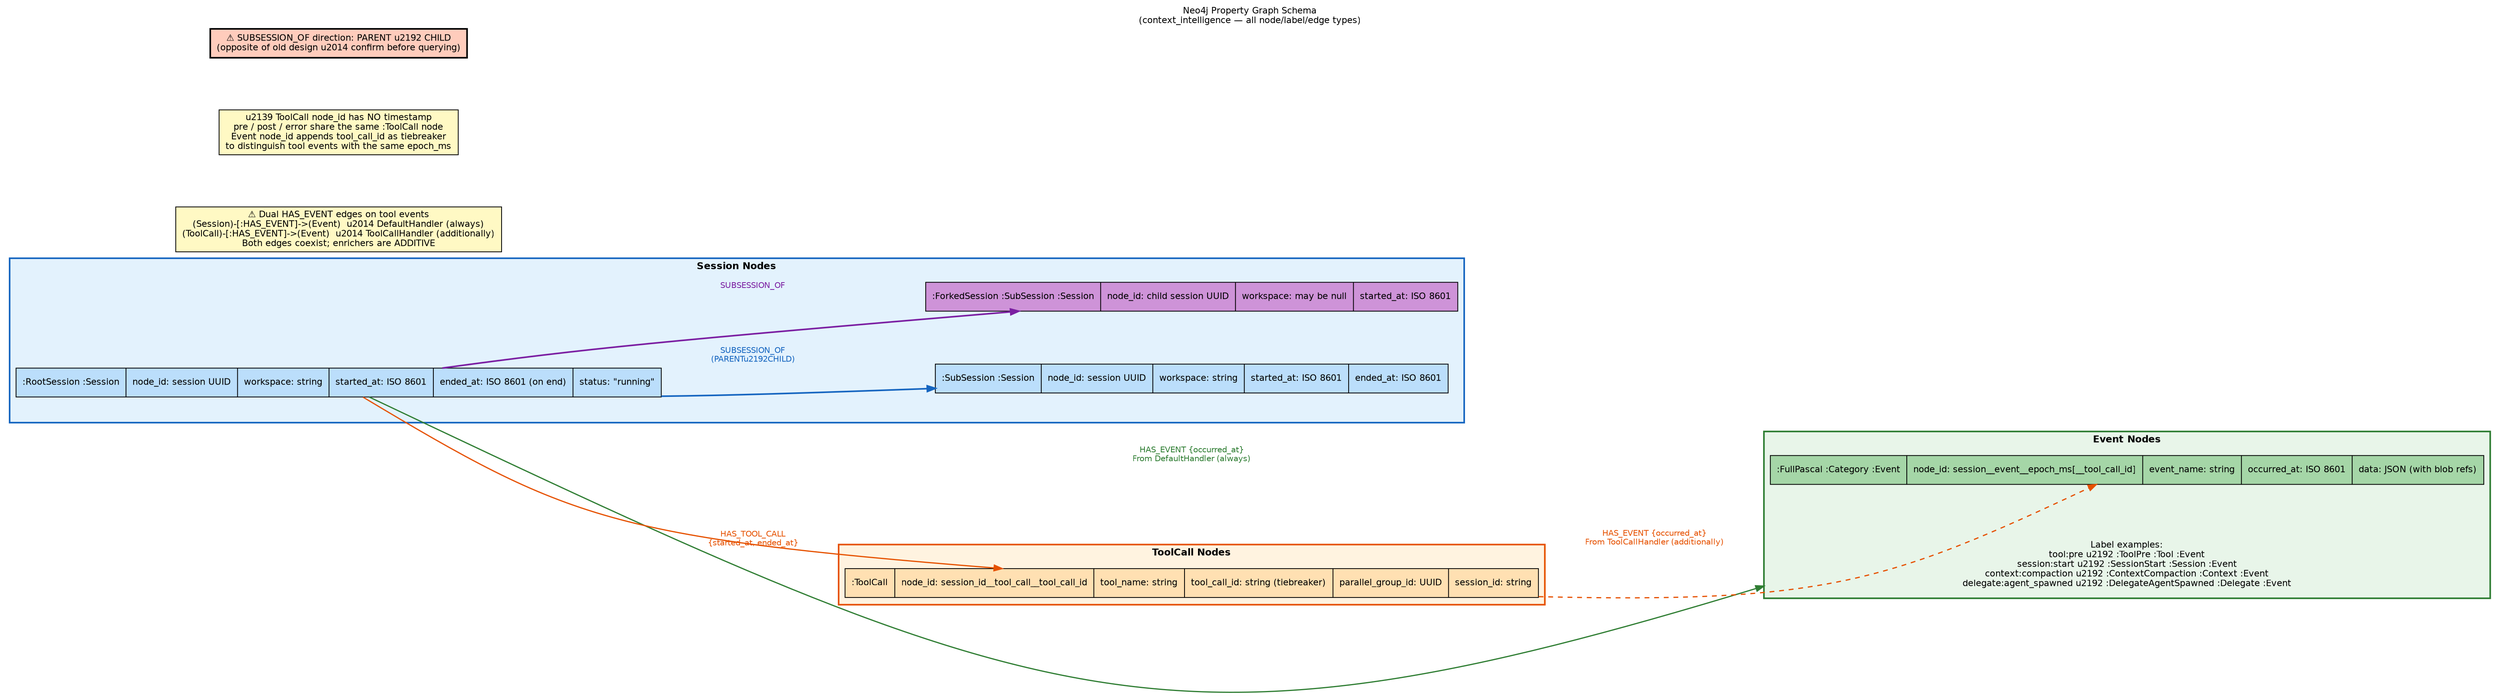
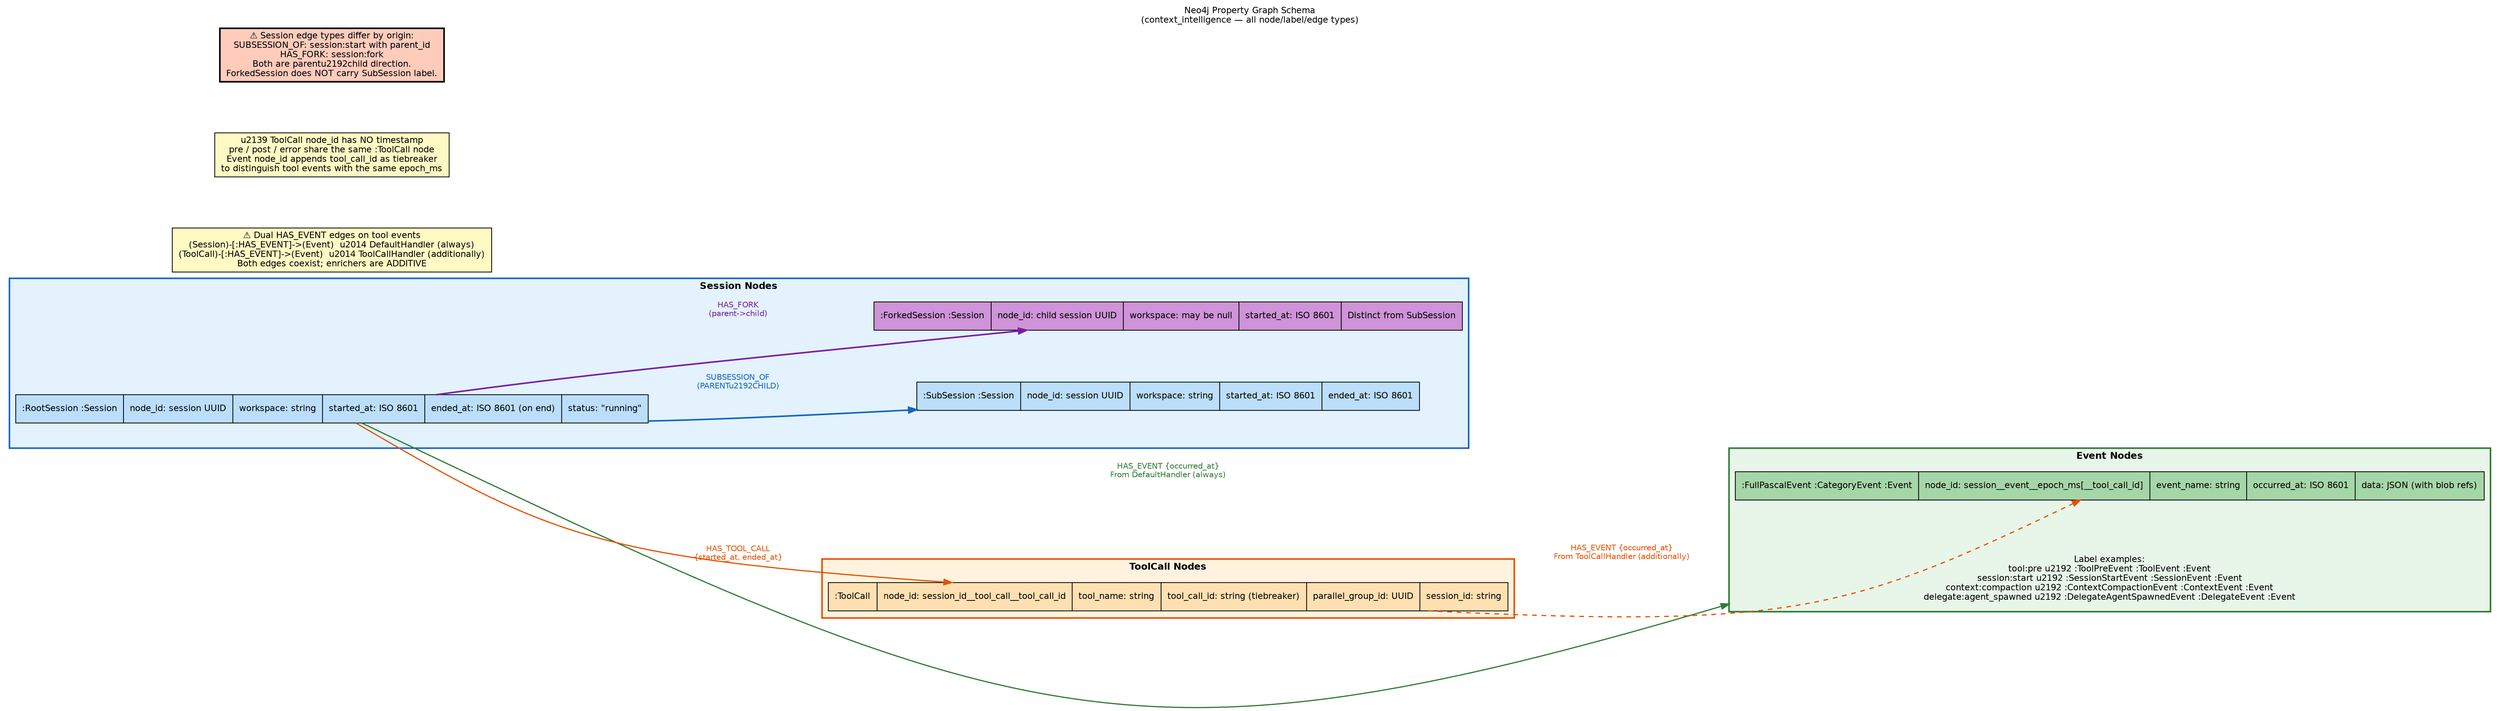
digraph graph_model {
    // ── Global defaults ───────────────────────────────────────────────────────
    graph [
        rankdir   = LR
        compound  = true
        splines   = curved
        nodesep   = 0.9
        ranksep   = 1.6
        fontname  = "Helvetica"
        fontsize  = 11
        label     = "Neo4j Property Graph Schema\n(context_intelligence — all node/label/edge types)"
        labelloc  = t
        labeljust = c
    ]
    node [
        fontname = "Helvetica"
        fontsize = 11
        style    = "filled,rounded"
        shape    = box
    ]
    edge [
        fontname = "Helvetica"
        fontsize = 10
    ]

    // ── Sessions cluster ──────────────────────────────────────────────────────
    subgraph cluster_sessions {
        graph [
            label     = "Session Nodes"
            fontname  = "Helvetica-Bold"
            fontsize  = 12
            style     = filled
            color     = "#1565C0"
            fillcolor = "#E3F2FD"
            penwidth  = 2
        ]

        RootSession [
            shape     = record
            style     = filled
            fillcolor = "#BBDEFB"
            label     = "{ :RootSession :Session | node_id: session UUID | workspace: string | started_at: ISO 8601 | ended_at: ISO 8601 (on end) | status: \"running\" }"
        ]

        SubSession [
            shape     = record
            style     = filled
            fillcolor = "#BBDEFB"
            label     = "{ :SubSession :Session | node_id: session UUID | workspace: string | started_at: ISO 8601 | ended_at: ISO 8601 }"
        ]

        ForkedSession [
            shape     = record
            style     = filled
            fillcolor = "#CE93D8"
-             label     = "{ :ForkedSession :SubSession :Session | node_id: child session UUID | workspace: may be null | started_at: ISO 8601 }"
+             label     = "{ :ForkedSession :Session | node_id: child session UUID | workspace: may be null | started_at: ISO 8601 | Distinct from SubSession }"
        ]
    }

    // ── Events cluster ────────────────────────────────────────────────────────
    subgraph cluster_events {
        graph [
            label     = "Event Nodes"
            fontname  = "Helvetica-Bold"
            fontsize  = 12
            style     = filled
            color     = "#2E7D32"
            fillcolor = "#E8F5E9"
            penwidth  = 2
        ]

        EventNode [
            shape     = record
            style     = filled
            fillcolor = "#A5D6A7"
-             label     = "{ :FullPascal :Category :Event | node_id: session__event__epoch_ms[__tool_call_id] | event_name: string | occurred_at: ISO 8601 | data: JSON (with blob refs) }"
+             label     = "{ :FullPascalEvent :CategoryEvent :Event | node_id: session__event__epoch_ms[__tool_call_id] | event_name: string | occurred_at: ISO 8601 | data: JSON (with blob refs) }"
        ]

        EventExamples [
            shape     = plaintext
            style     = ""
            fillcolor = "transparent"
-             label     = "Label examples:\ntool:pre \u2192 :ToolPre :Tool :Event\nsession:start \u2192 :SessionStart :Session :Event\ncontext:compaction \u2192 :ContextCompaction :Context :Event\ndelegate:agent_spawned \u2192 :DelegateAgentSpawned :Delegate :Event"
+             label     = "Label examples:\ntool:pre \u2192 :ToolPreEvent :ToolEvent :Event\nsession:start \u2192 :SessionStartEvent :SessionEvent :Event\ncontext:compaction \u2192 :ContextCompactionEvent :ContextEvent :Event\ndelegate:agent_spawned \u2192 :DelegateAgentSpawnedEvent :DelegateEvent :Event"
        ]
    }

    // ── ToolCall cluster ──────────────────────────────────────────────────────
    subgraph cluster_toolcall {
        graph [
            label     = "ToolCall Nodes"
            fontname  = "Helvetica-Bold"
            fontsize  = 12
            style     = filled
            color     = "#E65100"
            fillcolor = "#FFF3E0"
            penwidth  = 2
        ]

        ToolCall [
            shape     = record
            style     = filled
            fillcolor = "#FFE0B2"
            label     = "{ :ToolCall | node_id: session_id__tool_call__tool_call_id | tool_name: string | tool_call_id: string (tiebreaker) | parallel_group_id: UUID | session_id: string }"
        ]
    }

    // ── Note nodes ────────────────────────────────────────────────────────────
    note_dual_edge [
        shape     = box
        style     = filled
        fillcolor = "#FFF9C4"
        label     = "⚠ Dual HAS_EVENT edges on tool events\n(Session)-[:HAS_EVENT]->(Event)  \u2014 DefaultHandler (always)\n(ToolCall)-[:HAS_EVENT]->(Event)  \u2014 ToolCallHandler (additionally)\nBoth edges coexist; enrichers are ADDITIVE"
    ]

    note_tiebreaker [
        shape     = box
        style     = filled
        fillcolor = "#FFF9C4"
        label     = "\u2139 ToolCall node_id has NO timestamp\npre / post / error share the same :ToolCall node\nEvent node_id appends tool_call_id as tiebreaker\nto distinguish tool events with the same epoch_ms"
    ]

    note_direction [
        shape     = box
        style     = filled
        fillcolor = "#FFCCBC"
        penwidth  = 2
-         label     = "⚠ SUBSESSION_OF direction: PARENT \u2192 CHILD\n(opposite of old design \u2014 confirm before querying)"
+         label     = "⚠ Session edge types differ by origin:\nSUBSESSION_OF: session:start with parent_id\nHAS_FORK: session:fork\nBoth are parent\u2192child direction.\nForkedSession does NOT carry SubSession label."
    ]

    // ── Edges ─────────────────────────────────────────────────────────────────
    RootSession -> SubSession [
        label     = "SUBSESSION_OF\n(PARENT\u2192CHILD)"
        color     = "#1565C0"
        fontcolor = "#1565C0"
        penwidth  = 2
    ]

    RootSession -> ForkedSession [
-         label     = "SUBSESSION_OF"
+         label     = "HAS_FORK\n(parent->child)"
        color     = "#7B1FA2"
        fontcolor = "#7B1FA2"
        penwidth  = 2
    ]

    RootSession -> EventNode [
        label     = "HAS_EVENT {occurred_at}\nFrom DefaultHandler (always)"
        color     = "#2E7D32"
        fontcolor = "#2E7D32"
        penwidth  = 1.5
        lhead     = cluster_events
    ]

    RootSession -> ToolCall [
        label     = "HAS_TOOL_CALL\n{started_at, ended_at}"
        color     = "#E65100"
        fontcolor = "#E65100"
        penwidth  = 1.5
    ]

    ToolCall -> EventNode [
        label     = "HAS_EVENT {occurred_at}\nFrom ToolCallHandler (additionally)"
        color     = "#E65100"
        fontcolor = "#E65100"
        style     = dashed
        penwidth  = 1.5
    ]
}
